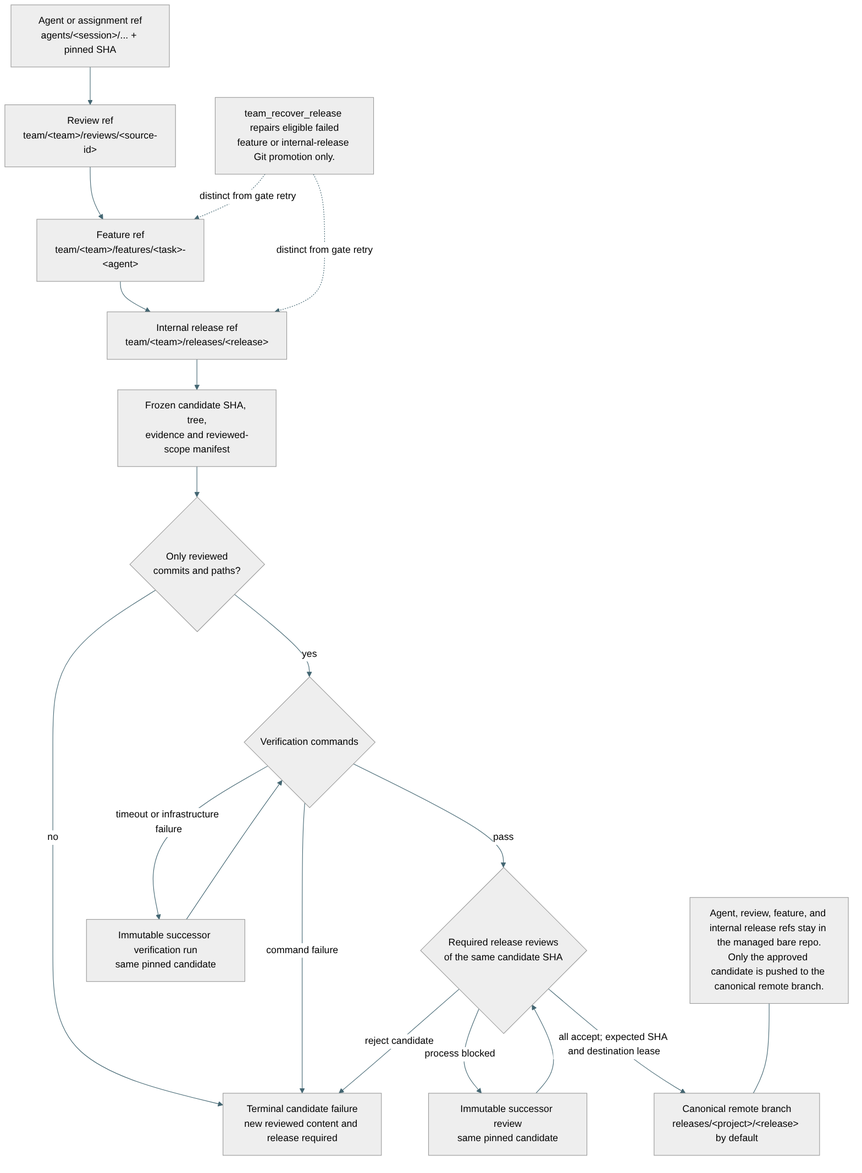
Above: docs/assets/evander-user-manual/diagrams/16-team-release.png in QuinthSoftwareSolutions/evander (Mermaid), before the change. Its source is kept beside it as docs/evander-user-manual/diagrams/16-team-release.mmd.
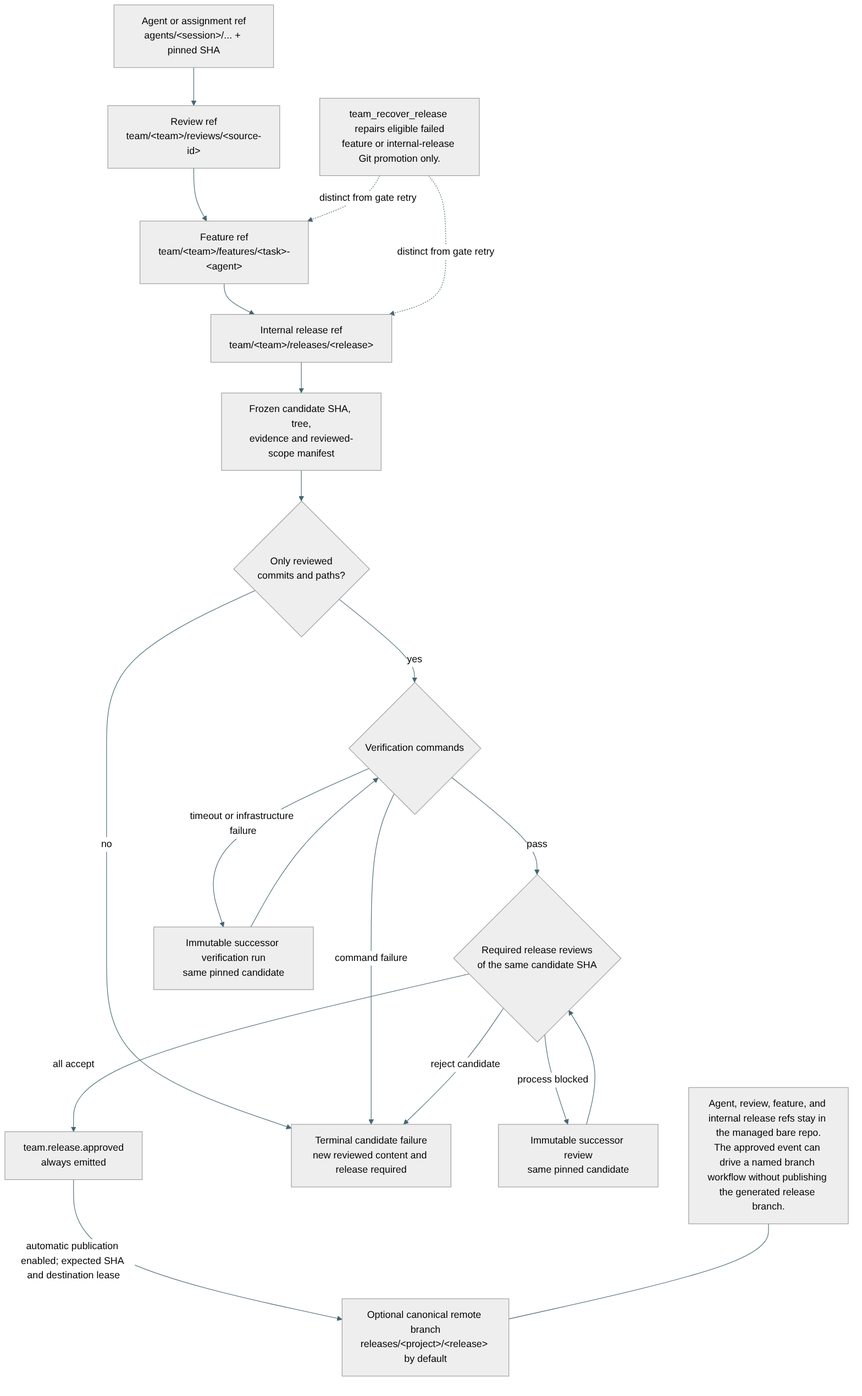
The same file after the commit.

Diff of the diagram source:
```diff
@@ -7,7 +7,8 @@
     scope{Only reviewed\ncommits and paths?}
     verify{Verification commands}
     releaseReview{Required release reviews\nof the same candidate SHA}
-    canonical[Canonical remote branch\nreleases/&lt;project&gt;/&lt;release&gt; by default]
+    approval[team.release.approved\nalways emitted]
+    canonical[Optional canonical remote branch\nreleases/&lt;project&gt;/&lt;release&gt; by default]
     stop[Terminal candidate failure\nnew reviewed content and release required]
     retryVerify[Immutable successor verification run\nsame pinned candidate]
     retryReview[Immutable successor review\nsame pinned candidate]
@@ -20,11 +21,12 @@
     verify -- pass --> releaseReview
     releaseReview -- reject candidate --> stop
     releaseReview -- process blocked --> retryReview --> releaseReview
-    releaseReview -- "all accept; expected SHA and destination lease" --> canonical
+    releaseReview -- "all accept" --> approval
+    approval -- "automatic publication enabled; expected SHA and destination lease" --> canonical
 
     recovery[team_recover_release repairs eligible failed\nfeature or internal-release Git promotion only.]
     recovery -. distinct from gate retry .-> feature
     recovery -. distinct from gate retry .-> internal
 
-    publication[Agent, review, feature, and internal release refs stay in the managed bare repo.\nOnly the approved candidate is pushed to the canonical remote branch.]
+    publication[Agent, review, feature, and internal release refs stay in the managed bare repo.\nThe approved event can drive a named branch workflow without publishing the generated release branch.]
     publication --- canonical
```
